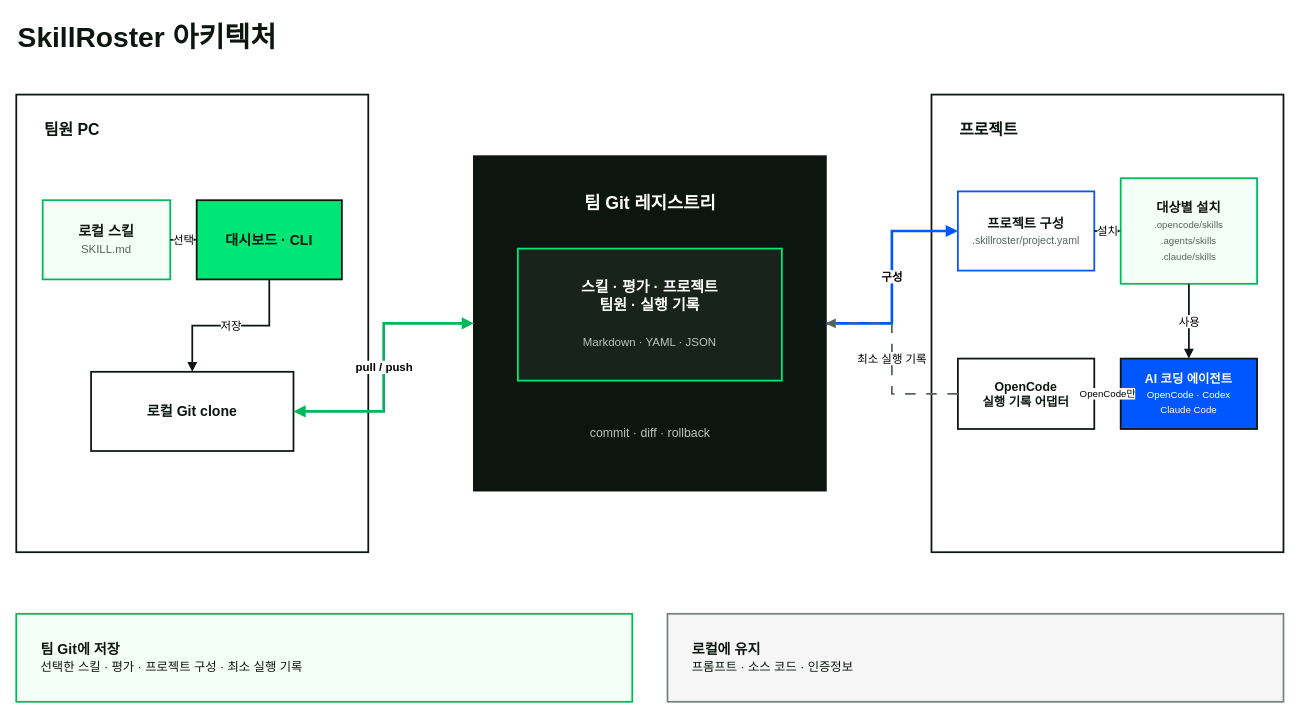
Earlier version of the draw.io diagram docs/images/skillroster-architecture.drawio (orqan137/skillroster). Source tidied: cells renumbered, new cells numbered last; positions are measured from the earlier drawing's top-left corner, leaving out a move shared by most shapes. Both pictures are drawn from the tidied source at 88%, with x=0, y=0 at pixel (16, 15).
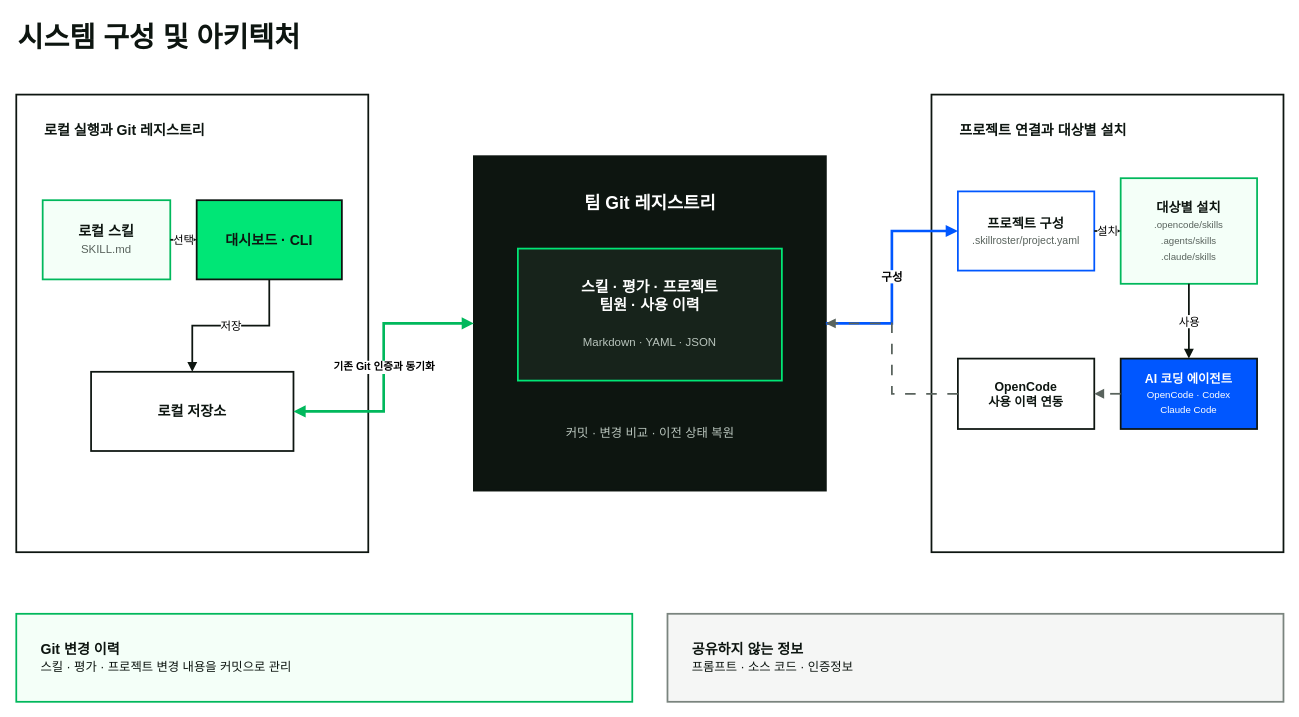
The same diagram, later.

Unchanged cells that the change refers to:
```xml
<mxCell id="8" style="rounded=0;whiteSpace=wrap;html=1;fillColor=#0D1510;strokeColor=#0D1510;strokeWidth=2;" parent="1" vertex="1">
  <mxGeometry x="520" y="160" width="400" height="380" as="geometry" />
</mxCell>
<mxCell id="17" value="&lt;b&gt;AI 코딩 에이전트&lt;/b&gt;&lt;br&gt;&lt;font style=&quot;font-size:11px&quot;&gt;OpenCode · Codex&lt;br&gt;Claude Code&lt;/font&gt;" style="rounded=0;whiteSpace=wrap;html=1;fillColor=#0057FF;strokeColor=#0D1510;strokeWidth=2;align=center;verticalAlign=middle;fontFamily=Pretendard;fontSize=14;fontColor=#FFFFFF;" parent="1" vertex="1">
  <mxGeometry x="1255" y="390" width="155" height="80" as="geometry" />
</mxCell>
```

The edit, as a diff of the source:
```diff
@@
-    <mxCell id="2" value="SkillRoster 아키텍처" style="text;html=1;strokeColor=none;fillColor=none;align=left;verticalAlign=middle;fontFamily=Pretendard;fontSize=32;fontStyle=1;fontColor=#0D1510;" parent="1" vertex="1">
+    <mxCell id="2" value="시스템 구성 및 아키텍처" style="text;html=1;strokeColor=none;fillColor=none;align=left;verticalAlign=middle;fontFamily=Pretendard;fontSize=32;fontStyle=1;fontColor=#0D1510;" parent="1" vertex="1">
       <mxGeometry width="500" height="50" as="geometry" />
     </mxCell>
@@
-    <mxCell id="4" value="팀원 PC" style="text;html=1;strokeColor=none;fillColor=none;align=left;verticalAlign=middle;fontFamily=Pretendard;fontSize=18;fontStyle=1;fontColor=#0D1510;" parent="1" vertex="1">
-      <mxGeometry x="30" y="115" width="180" height="30" as="geometry" />
+    <mxCell id="4" value="로컬 실행과 Git 레지스트리" style="text;html=1;strokeColor=none;fillColor=none;align=left;verticalAlign=middle;fontFamily=Pretendard;fontSize=16;fontStyle=1;fontColor=#0D1510;" parent="1" vertex="1">
+      <mxGeometry x="30" y="115" width="340" height="30" as="geometry" />
     </mxCell>
@@
-    <mxCell id="7" value="&lt;b&gt;로컬 Git clone&lt;/b&gt;" style="rounded=0;whiteSpace=wrap;html=1;fillColor=#FFFFFF;strokeColor=#0D1510;strokeWidth=2;align=center;verticalAlign=middle;fontFamily=Pretendard;fontSize=16;fontColor=#0D1510;" parent="1" vertex="1">
+    <mxCell id="7" value="&lt;b&gt;로컬 저장소&lt;/b&gt;" style="rounded=0;whiteSpace=wrap;html=1;fillColor=#FFFFFF;strokeColor=#0D1510;strokeWidth=2;align=center;verticalAlign=middle;fontFamily=Pretendard;fontSize=16;fontColor=#0D1510;" parent="1" vertex="1">
       <mxGeometry x="85" y="405" width="230" height="90" as="geometry" />
     </mxCell>
@@
-    <mxCell id="10" value="&lt;b&gt;스킬 · 평가 · 프로젝트&lt;br&gt;팀원 · 실행 기록&lt;/b&gt;&lt;br&gt;&lt;br&gt;&lt;font style=&quot;font-size:13px;color:#B9C5BD&quot;&gt;Markdown · YAML · JSON&lt;/font&gt;" style="rounded=0;whiteSpace=wrap;html=1;fillColor=#17231B;strokeColor=#00E676;strokeWidth=2;align=center;verticalAlign=middle;fontFamily=Pretendard;fontSize=17;fontColor=#FFFFFF;" parent="1" vertex="1">
+    <mxCell id="10" value="&lt;b&gt;스킬 · 평가 · 프로젝트&lt;br&gt;팀원 · 사용 이력&lt;/b&gt;&lt;br&gt;&lt;br&gt;&lt;font style=&quot;font-size:13px;color:#B9C5BD&quot;&gt;Markdown · YAML · JSON&lt;/font&gt;" style="rounded=0;whiteSpace=wrap;html=1;fillColor=#17231B;strokeColor=#00E676;strokeWidth=2;align=center;verticalAlign=middle;fontFamily=Pretendard;fontSize=17;fontColor=#FFFFFF;" parent="1" vertex="1">
       <mxGeometry x="570" y="265" width="300" height="150" as="geometry" />
     </mxCell>
-    <mxCell id="11" value="commit · diff · rollback" style="text;html=1;strokeColor=none;fillColor=none;align=center;verticalAlign=middle;fontFamily=Pretendard;fontSize=14;fontColor=#B9C5BD;" parent="1" vertex="1">
+    <mxCell id="11" value="커밋 · 변경 비교 · 이전 상태 복원" style="text;html=1;strokeColor=none;fillColor=none;align=center;verticalAlign=middle;fontFamily=Pretendard;fontSize=14;fontColor=#B9C5BD;" parent="1" vertex="1">
       <mxGeometry x="570" y="460" width="300" height="30" as="geometry" />
     </mxCell>
@@
-    <mxCell id="13" value="프로젝트" style="text;html=1;strokeColor=none;fillColor=none;align=left;verticalAlign=middle;fontFamily=Pretendard;fontSize=18;fontStyle=1;fontColor=#0D1510;" parent="1" vertex="1">
-      <mxGeometry x="1070" y="115" width="180" height="30" as="geometry" />
+    <mxCell id="13" value="프로젝트 연결과 대상별 설치" style="text;html=1;strokeColor=none;fillColor=none;align=left;verticalAlign=middle;fontFamily=Pretendard;fontSize=16;fontStyle=1;fontColor=#0D1510;" parent="1" vertex="1">
+      <mxGeometry x="1070" y="115" width="340" height="30" as="geometry" />
     </mxCell>
@@
-    <mxCell id="16" value="&lt;b&gt;OpenCode&lt;br&gt;실행 기록 어댑터&lt;/b&gt;" style="rounded=0;whiteSpace=wrap;html=1;fillColor=#FFFFFF;strokeColor=#0D1510;strokeWidth=2;align=center;verticalAlign=middle;fontFamily=Pretendard;fontSize=14;fontColor=#0D1510;" parent="1" vertex="1">
+    <mxCell id="16" value="&lt;b&gt;OpenCode&lt;br&gt;사용 이력 연동&lt;/b&gt;" style="rounded=0;whiteSpace=wrap;html=1;fillColor=#FFFFFF;strokeColor=#0D1510;strokeWidth=2;align=center;verticalAlign=middle;fontFamily=Pretendard;fontSize=14;fontColor=#0D1510;" parent="1" vertex="1">
       <mxGeometry x="1070" y="390" width="155" height="80" as="geometry" />
     </mxCell>
@@
-    <mxCell id="18" value="&lt;b&gt;팀 Git에 저장&lt;/b&gt;&lt;br&gt;&lt;font style=&quot;font-size:14px&quot;&gt;선택한 스킬 · 평가 · 프로젝트 구성 · 최소 실행 기록&lt;/font&gt;" style="rounded=0;whiteSpace=wrap;html=1;fillColor=#F4FFF8;strokeColor=#00B85C;strokeWidth=2;align=left;spacingLeft=26;verticalAlign=middle;fontFamily=Pretendard;fontSize=16;fontColor=#0D1510;" parent="1" vertex="1">
+    <mxCell id="18" value="&lt;b&gt;Git 변경 이력&lt;/b&gt;&lt;br&gt;&lt;font style=&quot;font-size:14px&quot;&gt;스킬 · 평가 · 프로젝트 변경 내용을 커밋으로 관리&lt;/font&gt;" style="rounded=0;whiteSpace=wrap;html=1;fillColor=#F4FFF8;strokeColor=#00B85C;strokeWidth=2;align=left;spacingLeft=26;verticalAlign=middle;fontFamily=Pretendard;fontSize=16;fontColor=#0D1510;" parent="1" vertex="1">
       <mxGeometry y="680" width="700" height="100" as="geometry" />
     </mxCell>
-    <mxCell id="19" value="&lt;b&gt;로컬에 유지&lt;/b&gt;&lt;br&gt;&lt;font style=&quot;font-size:14px&quot;&gt;프롬프트 · 소스 코드 · 인증정보&lt;/font&gt;" style="rounded=0;whiteSpace=wrap;html=1;fillColor=#F5F6F5;strokeColor=#7A847E;strokeWidth=2;align=left;spacingLeft=26;verticalAlign=middle;fontFamily=Pretendard;fontSize=16;fontColor=#0D1510;" parent="1" vertex="1">
+    <mxCell id="19" value="&lt;b&gt;공유하지 않는 정보&lt;/b&gt;&lt;br&gt;&lt;font style=&quot;font-size:14px&quot;&gt;프롬프트 · 소스 코드 · 인증정보&lt;/font&gt;" style="rounded=0;whiteSpace=wrap;html=1;fillColor=#F5F6F5;strokeColor=#7A847E;strokeWidth=2;align=left;spacingLeft=26;verticalAlign=middle;fontFamily=Pretendard;fontSize=16;fontColor=#0D1510;" parent="1" vertex="1">
       <mxGeometry x="740" y="680" width="700" height="100" as="geometry" />
     </mxCell>
@@
-    <mxCell id="22" value="pull / push" style="edgeStyle=orthogonalEdgeStyle;rounded=0;html=1;startArrow=block;startFill=1;endArrow=block;endFill=1;strokeColor=#00B85C;strokeWidth=3;fontFamily=Pretendard;fontSize=13;fontStyle=1;labelBackgroundColor=#FFFFFF;" parent="1" edge="1" source="7" target="8">
+    <mxCell id="22" value="기존 Git 인증과 동기화" style="edgeStyle=orthogonalEdgeStyle;rounded=0;html=1;startArrow=block;startFill=1;endArrow=block;endFill=1;strokeColor=#00B85C;strokeWidth=3;fontFamily=Pretendard;fontSize=12;fontStyle=1;labelBackgroundColor=#FFFFFF;" parent="1" edge="1" source="7" target="8">
       <mxGeometry relative="1" as="geometry" />
     </mxCell>
@@
-    <mxCell id="26" value="OpenCode만" style="edgeStyle=orthogonalEdgeStyle;rounded=0;html=1;dashed=1;dashPattern=6 6;endArrow=block;endFill=1;strokeColor=#59635D;strokeWidth=2;fontFamily=Pretendard;fontSize=11;labelBackgroundColor=#FFFFFF;" parent="1" edge="1" source="17" target="16">
+    <mxCell id="26" style="edgeStyle=orthogonalEdgeStyle;rounded=0;html=1;dashed=1;dashPattern=6 6;endArrow=block;endFill=1;strokeColor=#59635D;strokeWidth=2;fontFamily=Pretendard;fontSize=11;labelBackgroundColor=#FFFFFF;" parent="1" edge="1" source="17" target="16">
       <mxGeometry relative="1" as="geometry" />
     </mxCell>
-    <mxCell id="27" value="최소 실행 기록" style="edgeStyle=orthogonalEdgeStyle;rounded=0;html=1;dashed=1;dashPattern=6 6;endArrow=block;endFill=1;strokeColor=#59635D;strokeWidth=2;fontFamily=Pretendard;fontSize=13;labelBackgroundColor=#FFFFFF;" parent="1" edge="1" source="16" target="8">
+    <mxCell id="27" style="edgeStyle=orthogonalEdgeStyle;rounded=0;html=1;dashed=1;dashPattern=6 6;endArrow=block;endFill=1;strokeColor=#59635D;strokeWidth=2;fontFamily=Pretendard;fontSize=13;labelBackgroundColor=#FFFFFF;" parent="1" edge="1" source="16" target="8">
       <mxGeometry relative="1" as="geometry" />
     </mxCell>
```
